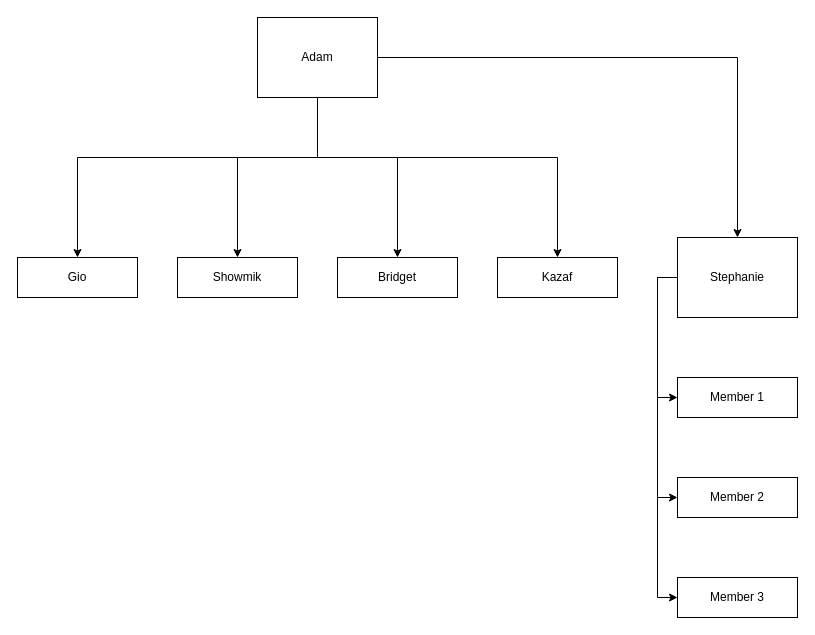
Earlier version of the draw.io diagram page "OBS" (2 of 3) of Untitled Diagram.drawio (adamyie/PORTFOLIO-python_studies_projects). Source tidied: cells renumbered, new cells numbered last; positions are measured from the earlier drawing's top-left corner, leaving out a move shared by most shapes. Both pictures are drawn from the tidied source at 100%, with x=0, y=0 at pixel (17, 17).
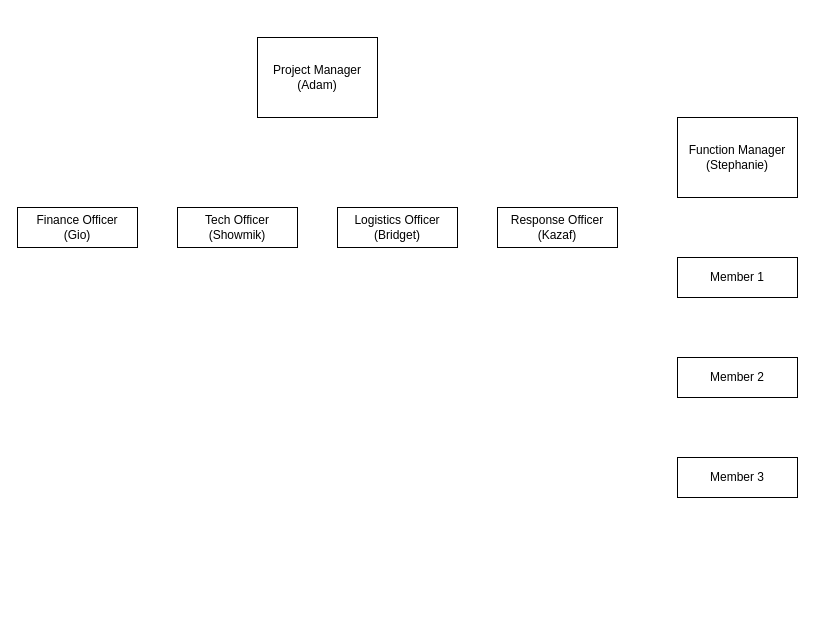
After the change.

Diff of the diagram source:
```diff
@@
-    <mxCell id="2" style="edgeStyle=orthogonalEdgeStyle;rounded=0;jettySize=auto;html=1;entryX=0.5;entryY=0;entryDx=0;entryDy=0;" parent="1" edge="1" source="7" target="12">
+    <mxCell id="2" style="edgeStyle=orthogonalEdgeStyle;rounded=0;jettySize=auto;html=1;entryX=0.5;entryY=0;entryDx=0;entryDy=0;strokeColor=#FFFFFF;" parent="1" edge="1" source="7" target="12">
       <mxGeometry relative="1" as="geometry">
         <Array as="points">
           <mxPoint x="300" y="140" />
           <mxPoint x="60" y="140" />
         </Array>
       </mxGeometry>
     </mxCell>
-    <mxCell id="3" style="edgeStyle=orthogonalEdgeStyle;rounded=0;jettySize=auto;html=1;entryX=0.5;entryY=0;entryDx=0;entryDy=0;" parent="1" edge="1" source="7" target="16">
+    <mxCell id="3" style="edgeStyle=orthogonalEdgeStyle;rounded=0;jettySize=auto;html=1;entryX=0.5;entryY=0;entryDx=0;entryDy=0;strokeColor=#FFFFFF;" parent="1" edge="1" source="7" target="16">
       <mxGeometry relative="1" as="geometry">
         <Array as="points">
           <mxPoint x="300" y="140" />
           <mxPoint x="220" y="140" />
         </Array>
       </mxGeometry>
     </mxCell>
-    <mxCell id="4" style="edgeStyle=orthogonalEdgeStyle;rounded=0;jettySize=auto;html=1;entryX=0.5;entryY=0;entryDx=0;entryDy=0;" parent="1" edge="1" source="7" target="17">
+    <mxCell id="4" style="edgeStyle=orthogonalEdgeStyle;rounded=0;jettySize=auto;html=1;entryX=0.5;entryY=0;entryDx=0;entryDy=0;strokeColor=#FFFFFF;" parent="1" edge="1" source="7" target="17">
       <mxGeometry relative="1" as="geometry">
         <Array as="points">
           <mxPoint x="300" y="140" />
           <mxPoint x="380" y="140" />
         </Array>
       </mxGeometry>
     </mxCell>
-    <mxCell id="5" style="edgeStyle=orthogonalEdgeStyle;rounded=0;jettySize=auto;html=1;entryX=0.5;entryY=0;entryDx=0;entryDy=0;" parent="1" edge="1" source="7" target="18">
+    <mxCell id="5" style="edgeStyle=orthogonalEdgeStyle;rounded=0;jettySize=auto;html=1;entryX=0.5;entryY=0;entryDx=0;entryDy=0;strokeColor=#FFFFFF;" parent="1" edge="1" source="7" target="18">
       <mxGeometry relative="1" as="geometry">
         <Array as="points">
           <mxPoint x="300" y="140" />
           <mxPoint x="540" y="140" />
         </Array>
       </mxGeometry>
     </mxCell>
-    <mxCell id="6" style="edgeStyle=orthogonalEdgeStyle;rounded=0;jettySize=auto;html=1;entryX=0.5;entryY=0;entryDx=0;entryDy=0;" parent="1" edge="1" source="7" target="11">
+    <mxCell id="6" style="edgeStyle=orthogonalEdgeStyle;rounded=0;jettySize=auto;html=1;entryX=0.5;entryY=0;entryDx=0;entryDy=0;strokeColor=#FFFFFF;" parent="1" edge="1" source="7" target="11">
       <mxGeometry relative="1" as="geometry" />
     </mxCell>
-    <mxCell id="7" value="Adam" style="rounded=0;whiteSpace=wrap;html=1;" parent="1" vertex="1">
-      <mxGeometry x="240" width="120" height="80" as="geometry" />
+    <mxCell id="7" value="&lt;div&gt;Project Manager&lt;/div&gt;(Adam)" style="rounded=0;whiteSpace=wrap;html=1;" parent="1" vertex="1">
+      <mxGeometry x="240" y="20" width="120" height="80" as="geometry" />
     </mxCell>
-    <mxCell id="8" style="edgeStyle=orthogonalEdgeStyle;rounded=0;jettySize=auto;html=1;entryX=0;entryY=0.5;entryDx=0;entryDy=0;exitX=0;exitY=0.5;exitDx=0;exitDy=0;" parent="1" edge="1" source="11" target="13">
+    <mxCell id="8" style="edgeStyle=orthogonalEdgeStyle;rounded=0;jettySize=auto;html=1;entryX=0;entryY=0.5;entryDx=0;entryDy=0;exitX=0;exitY=0.5;exitDx=0;exitDy=0;strokeColor=#FFFFFF;" parent="1" edge="1" source="11" target="13">
       <mxGeometry relative="1" as="geometry" />
     </mxCell>
-    <mxCell id="9" style="edgeStyle=orthogonalEdgeStyle;rounded=0;jettySize=auto;html=1;entryX=0;entryY=0.5;entryDx=0;entryDy=0;exitX=0;exitY=0.5;exitDx=0;exitDy=0;" parent="1" edge="1" source="11" target="14">
+    <mxCell id="9" style="edgeStyle=orthogonalEdgeStyle;rounded=0;jettySize=auto;html=1;entryX=0;entryY=0.5;entryDx=0;entryDy=0;exitX=0;exitY=0.5;exitDx=0;exitDy=0;strokeColor=#FFFFFF;" parent="1" edge="1" source="11" target="14">
       <mxGeometry relative="1" as="geometry" />
     </mxCell>
-    <mxCell id="10" style="edgeStyle=orthogonalEdgeStyle;rounded=0;jettySize=auto;html=1;entryX=0;entryY=0.5;entryDx=0;entryDy=0;" parent="1" edge="1" source="11" target="15">
+    <mxCell id="10" style="edgeStyle=orthogonalEdgeStyle;rounded=0;jettySize=auto;html=1;entryX=0;entryY=0.5;entryDx=0;entryDy=0;strokeColor=#FFFFFF;" parent="1" edge="1" source="11" target="15">
       <mxGeometry relative="1" as="geometry">
         <Array as="points">
-          <mxPoint x="640" y="260" />
-          <mxPoint x="640" y="580" />
+          <mxPoint x="640" y="140" />
+          <mxPoint x="640" y="460" />
         </Array>
       </mxGeometry>
     </mxCell>
-    <mxCell id="11" value="Stephanie" style="rounded=0;whiteSpace=wrap;html=1;" parent="1" vertex="1">
-      <mxGeometry x="660" y="220" width="120" height="80" as="geometry" />
+    <mxCell id="11" value="&lt;div&gt;Function Manager&lt;/div&gt;(Stephanie)" style="rounded=0;whiteSpace=wrap;html=1;" parent="1" vertex="1">
+      <mxGeometry x="660" y="100" width="120" height="80" as="geometry" />
     </mxCell>
-    <mxCell id="12" value="Gio" style="rounded=0;whiteSpace=wrap;html=1;" parent="1" vertex="1">
-      <mxGeometry y="240" width="120" height="40" as="geometry" />
+    <mxCell id="12" value="&lt;div&gt;Finance Officer&lt;/div&gt;(Gio)" style="rounded=0;whiteSpace=wrap;html=1;" parent="1" vertex="1">
+      <mxGeometry y="190" width="120" height="40" as="geometry" />
     </mxCell>
     <mxCell id="13" value="Member 1" style="rounded=0;whiteSpace=wrap;html=1;" parent="1" vertex="1">
-      <mxGeometry x="660" y="360" width="120" height="40" as="geometry" />
+      <mxGeometry x="660" y="240" width="120" height="40" as="geometry" />
     </mxCell>
     <mxCell id="14" value="Member 2" style="rounded=0;whiteSpace=wrap;html=1;" parent="1" vertex="1">
-      <mxGeometry x="660" y="460" width="120" height="40" as="geometry" />
+      <mxGeometry x="660" y="340" width="120" height="40" as="geometry" />
     </mxCell>
     <mxCell id="15" value="Member 3" style="rounded=0;whiteSpace=wrap;html=1;" parent="1" vertex="1">
-      <mxGeometry x="660" y="560" width="120" height="40" as="geometry" />
+      <mxGeometry x="660" y="440" width="120" height="40" as="geometry" />
     </mxCell>
-    <mxCell id="16" value="Showmik" style="rounded=0;whiteSpace=wrap;html=1;" parent="1" vertex="1">
-      <mxGeometry x="160" y="240" width="120" height="40" as="geometry" />
+    <mxCell id="16" value="&lt;div&gt;Tech Officer&lt;/div&gt;(Showmik)" style="rounded=0;whiteSpace=wrap;html=1;" parent="1" vertex="1">
+      <mxGeometry x="160" y="190" width="120" height="40" as="geometry" />
     </mxCell>
-    <mxCell id="17" value="Bridget" style="rounded=0;whiteSpace=wrap;html=1;" parent="1" vertex="1">
-      <mxGeometry x="320" y="240" width="120" height="40" as="geometry" />
+    <mxCell id="17" value="&lt;div&gt;Logistics Officer&lt;/div&gt;(Bridget)" style="rounded=0;whiteSpace=wrap;html=1;" parent="1" vertex="1">
+      <mxGeometry x="320" y="190" width="120" height="40" as="geometry" />
     </mxCell>
-    <mxCell id="18" value="Kazaf" style="rounded=0;whiteSpace=wrap;html=1;" parent="1" vertex="1">
-      <mxGeometry x="480" y="240" width="120" height="40" as="geometry" />
+    <mxCell id="18" value="&lt;div&gt;Response Officer&lt;/div&gt;(Kazaf)" style="rounded=0;whiteSpace=wrap;html=1;" parent="1" vertex="1">
+      <mxGeometry x="480" y="190" width="120" height="40" as="geometry" />
     </mxCell>
```
